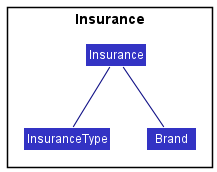
Before: docs/images/InsuranceClassDiagram.png, a diagram exported from PlantUML (nus-cs2103-AY2122S1/tp).
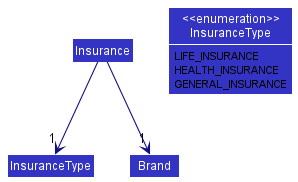
After the change.

Commit message:
Update Insurance class diagram

Diff of the diagram source:
```diff
@@ -1,16 +1,22 @@
 @startuml
 !include style.puml
+show members
+hide empty members
 skinparam arrowThickness 1.1
 skinparam arrowColor LOGIC_COLOR_T4
 skinparam classBackgroundColor LOGIC_COLOR
 
-package Insurance {
 Class Insurance
 Class InsuranceType
+Class Brand
 
-Insurance -- InsuranceType
-Insurance -- Brand
-}
+Insurance --> "1" InsuranceType
+Insurance --> "1" Brand
 
+Enum "<<enumeration>>\nInsuranceType" as EnumInsuranceType
+
+EnumInsuranceType : LIFE_INSURANCE
+EnumInsuranceType : HEALTH_INSURANCE
+EnumInsuranceType : GENERAL_INSURANCE
 
 @enduml
```
